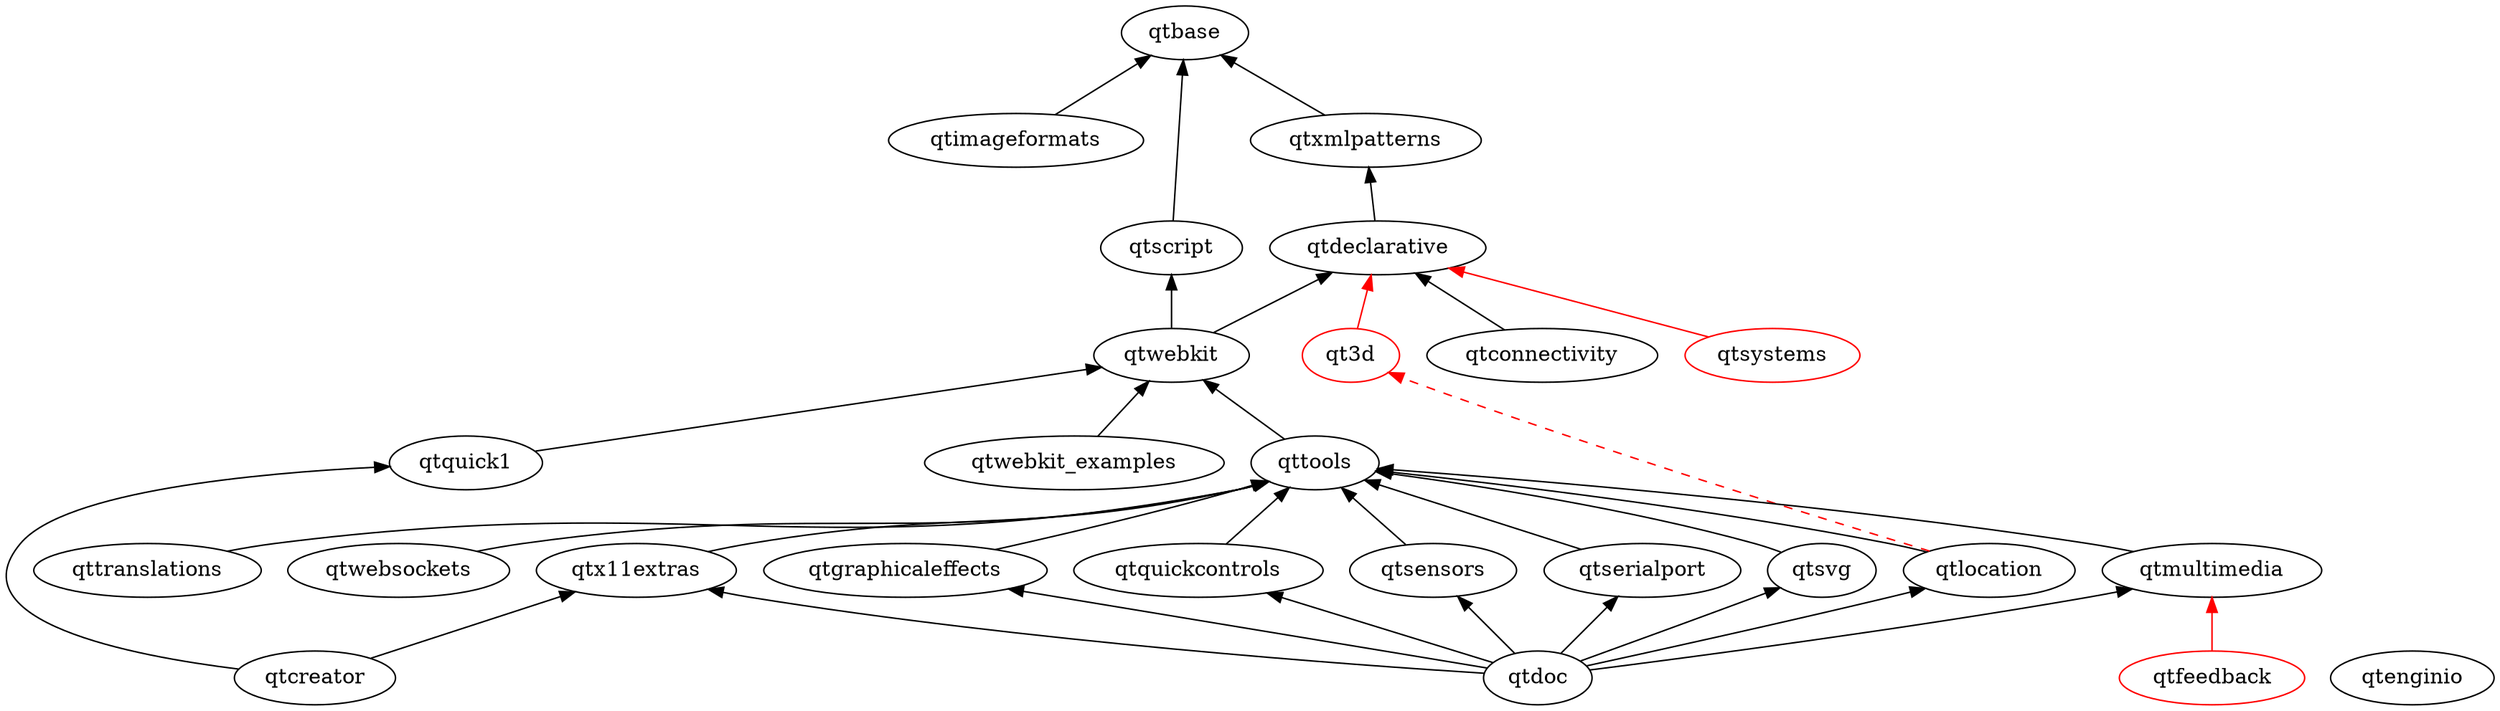
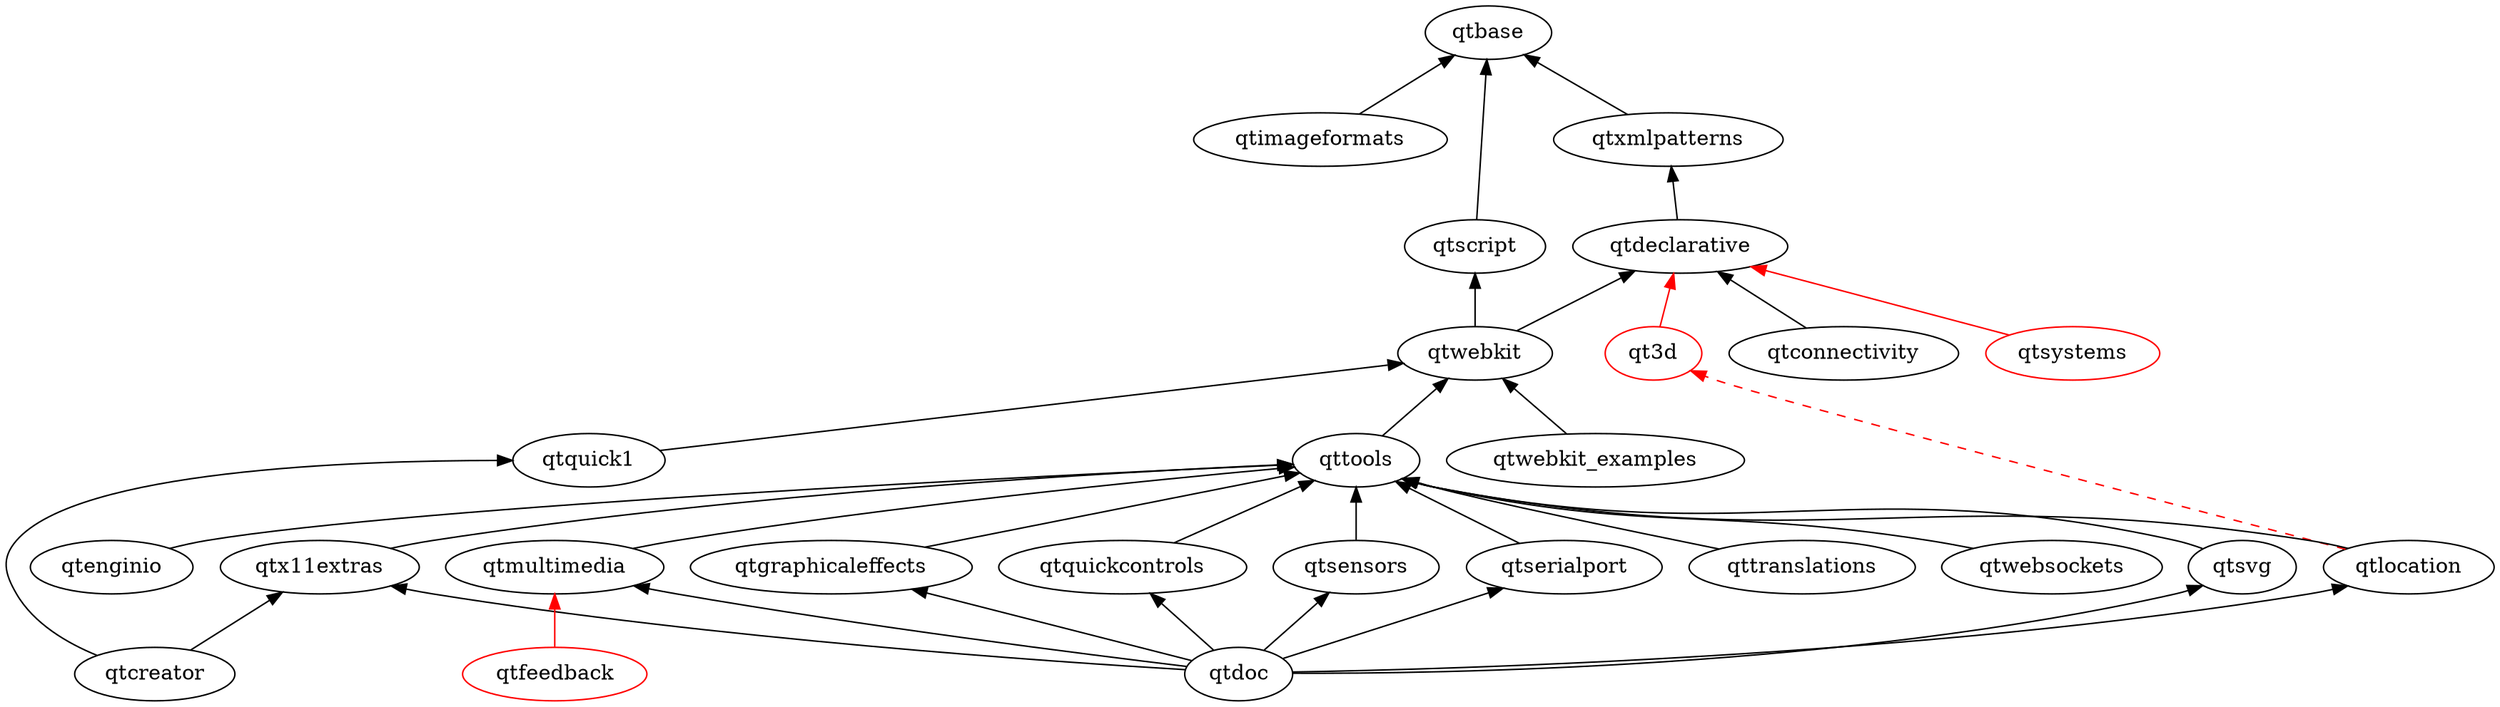
digraph qt5 {
  graph [
    rankdir = "BT"
  ]

  qt3d [ color = red ]
  qtbase
  qtconnectivity
  qtcreator
  qtdeclarative
  qtdoc
  qtenginio
  qtfeedback [ color = red ]
  qtgraphicaleffects
  qtimageformats
  qtlocation
  qtmultimedia
  qtquick1
  qtquickcontrols
  qtscript
  qtsensors
  qtserialport
  qtsvg
  qtsystems [ color = red ]
  qttools
  qttranslations
  qtwebkit
  qtwebkit_examples
  qtwebsockets
  qtx11extras
  qtxmlpatterns

  qtconnectivity -> qtdeclarative
  qtcreator -> qtx11extras
  qtcreator -> qtquick1
  qtdeclarative -> qtxmlpatterns
  qtdoc -> qtgraphicaleffects
  qtdoc -> qtmultimedia
  qtdoc -> qtlocation
  qtdoc -> qtquickcontrols
  qtdoc -> qtsensors
  qtdoc -> qtserialport
  qtdoc -> qtsvg
  qtdoc -> qtx11extras
+   qtenginio -> qttools
  qtgraphicaleffects -> qttools
  qtimageformats -> qtbase
  qtmultimedia -> qttools
  qtquick1 -> qtwebkit
  qtquickcontrols -> qttools
  qtsensors -> qttools
  qtserialport -> qttools
  qtscript -> qtbase
  qtsvg -> qttools
  qttools -> qtwebkit
  qttranslations -> qttools
  qtwebkit -> qtscript
  qtwebkit -> qtdeclarative
  qtwebkit_examples -> qtwebkit
  qtwebsockets -> qttools
  qtx11extras -> qttools
  qtxmlpatterns -> qtbase
  qtlocation -> qttools

  // unsure/not-uploaded
  qt3d -> qtdeclarative [ color = red ]
  qtfeedback -> qtmultimedia [ color = red ]
  qtlocation -> qt3d [color = red style = dashed]
  qtsystems -> qtdeclarative [ color = red ]
}
